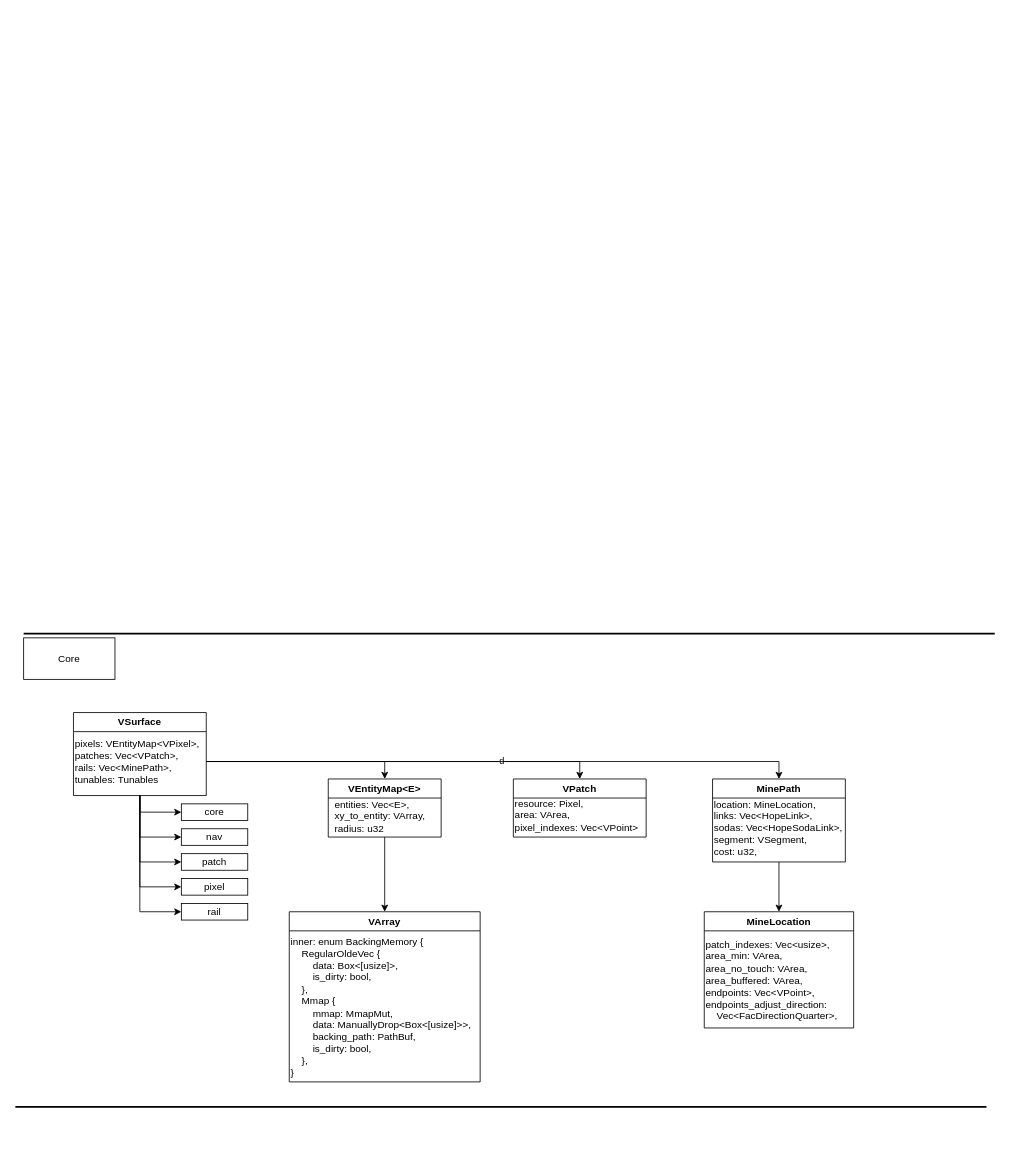
Above: facto-loop-miner.drawio in TheLQ/tako-diagrams (draw.io), before the change. Source tidied: cells renumbered, new cells numbered last; positions are measured from the earlier drawing's top-left corner, leaving out a move shared by most shapes. Both pictures are drawn from the tidied source at 83%, with x=0, y=0 at pixel (15, 629).
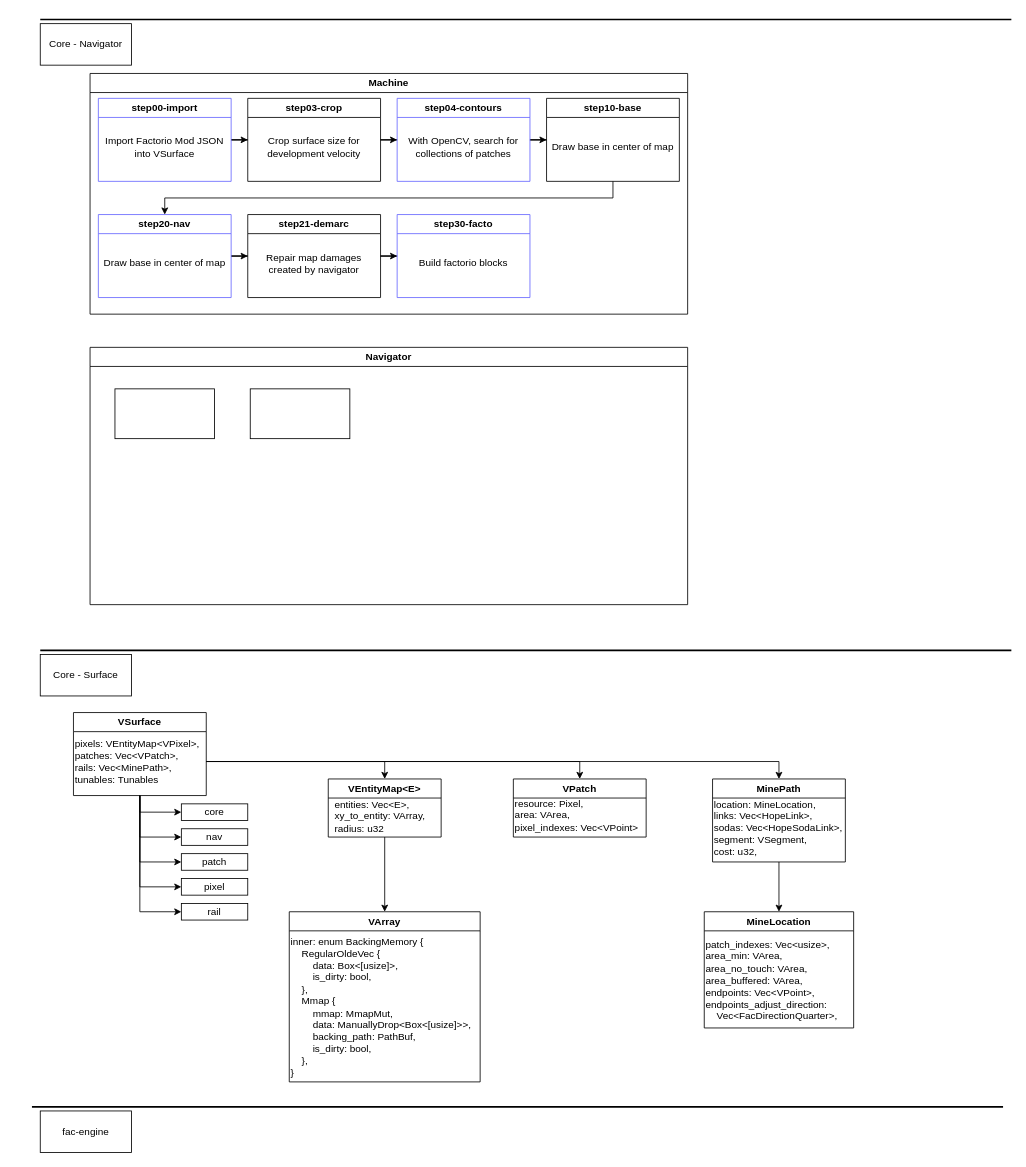
The same diagram, later.

Commit message:
nav: init

Unchanged cells that the change refers to:
```xml
<mxCell id="9" value="&lt;div&gt;pixels: VEntityMap&amp;lt;VPixel&amp;gt;,&lt;/div&gt;&lt;div&gt;patches: Vec&amp;lt;VPatch&amp;gt;,&lt;/div&gt;&lt;div&gt;rails: Vec&amp;lt;MinePath&amp;gt;,&lt;/div&gt;&lt;div&gt;tunables: Tunables&lt;/div&gt;" style="text;html=1;align=left;verticalAlign=middle;whiteSpace=wrap;rounded=0;" parent="8" vertex="1">
  <mxGeometry y="28" width="160" height="62" as="geometry" />
</mxCell>
<mxCell id="26" value="MinePath" style="swimlane;whiteSpace=wrap;html=1;" parent="1" vertex="1">
  <mxGeometry x="840" y="180" width="160" height="100" as="geometry" />
</mxCell>
```

Change to the diagram source:
```diff
@@
-    <mxCell id="7" value="d" style="edgeStyle=orthogonalEdgeStyle;rounded=0;jettySize=auto;html=1;entryX=0.5;entryY=0;entryDx=0;entryDy=0;exitX=1;exitY=0.5;exitDx=0;exitDy=0;" parent="1" edge="1" source="9" target="26">
+    <mxCell id="7" style="edgeStyle=orthogonalEdgeStyle;rounded=0;jettySize=auto;html=1;entryX=0.5;entryY=0;entryDx=0;entryDy=0;exitX=1;exitY=0.5;exitDx=0;exitDy=0;" parent="1" edge="1" source="9" target="26">
       <mxGeometry relative="1" as="geometry" />
     </mxCell>
@@
     <mxCell id="30" style="line;strokeWidth=2;html=1;" parent="1" vertex="1">
-      <mxGeometry x="10" width="1170" height="10" as="geometry" />
+      <mxGeometry x="30" y="20" width="1170" height="10" as="geometry" />
     </mxCell>
     <mxCell id="31" style="line;strokeWidth=2;html=1;" parent="1" vertex="1">
-      <mxGeometry y="570" width="1170" height="10" as="geometry" />
+      <mxGeometry x="20" y="570" width="1170" height="10" as="geometry" />
     </mxCell>
-    <mxCell id="32" value="Core" style="html=1;whiteSpace=wrap;" parent="1" vertex="1">
-      <mxGeometry x="10" y="10" width="110" height="50" as="geometry" />
+    <mxCell id="32" value="Core - Surface" style="html=1;whiteSpace=wrap;" parent="1" vertex="1">
+      <mxGeometry x="30" y="30" width="110" height="50" as="geometry" />
     </mxCell>
+    <mxCell id="33" value="fac-engine" style="html=1;whiteSpace=wrap;" parent="1" vertex="1">
+      <mxGeometry x="30" y="580" width="110" height="50" as="geometry" />
+    </mxCell>
+    <mxCell id="34" value="Core - Navigator" style="html=1;whiteSpace=wrap;" parent="1" vertex="1">
+      <mxGeometry x="30" y="-730" width="110" height="50" as="geometry" />
+    </mxCell>
+    <mxCell id="35" style="line;strokeWidth=2;html=1;" parent="1" vertex="1">
+      <mxGeometry x="30" y="-740" width="1170" height="10" as="geometry" />
+    </mxCell>
+    <mxCell id="36" value="Machine" style="swimlane;whiteSpace=wrap;html=1;" parent="1" vertex="1">
+      <mxGeometry x="90" y="-670" width="720" height="290" as="geometry" />
+    </mxCell>
+    <mxCell id="37" style="edgeStyle=orthogonalEdgeStyle;rounded=0;jettySize=auto;html=1;" parent="36" edge="1" source="38" target="41">
+      <mxGeometry relative="1" as="geometry" />
+    </mxCell>
+    <mxCell id="38" value="step00-import" style="swimlane;whiteSpace=wrap;html=1;strokeColor=#6666FF;" parent="36" vertex="1">
+      <mxGeometry x="10" y="30" width="160" height="100" as="geometry" />
+    </mxCell>
+    <mxCell id="39" value="Import Factorio Mod JSON into VSurface" style="text;html=1;align=center;verticalAlign=middle;whiteSpace=wrap;rounded=0;" parent="38" vertex="1">
+      <mxGeometry y="28" width="160" height="62" as="geometry" />
+    </mxCell>
+    <mxCell id="40" style="edgeStyle=orthogonalEdgeStyle;rounded=0;jettySize=auto;html=1;" parent="36" edge="1" source="41" target="44">
+      <mxGeometry relative="1" as="geometry" />
+    </mxCell>
+    <mxCell id="41" value="step03-crop" style="swimlane;whiteSpace=wrap;html=1;" parent="36" vertex="1">
+      <mxGeometry x="190" y="30" width="160" height="100" as="geometry" />
+    </mxCell>
+    <mxCell id="42" value="Crop surface size for development velocity" style="text;html=1;align=center;verticalAlign=middle;whiteSpace=wrap;rounded=0;" parent="41" vertex="1">
+      <mxGeometry y="28" width="160" height="62" as="geometry" />
+    </mxCell>
+    <mxCell id="43" style="edgeStyle=orthogonalEdgeStyle;rounded=0;jettySize=auto;html=1;" parent="36" edge="1" source="44" target="46">
+      <mxGeometry relative="1" as="geometry" />
+    </mxCell>
+    <mxCell id="44" value="step04-contours" style="swimlane;whiteSpace=wrap;html=1;strokeColor=#6666FF;" parent="36" vertex="1">
+      <mxGeometry x="370" y="30" width="160" height="100" as="geometry" />
+    </mxCell>
+    <mxCell id="45" value="With OpenCV, search for collections of patches" style="text;html=1;align=center;verticalAlign=middle;whiteSpace=wrap;rounded=0;" parent="44" vertex="1">
+      <mxGeometry y="28" width="160" height="62" as="geometry" />
+    </mxCell>
+    <mxCell id="46" value="step10-base" style="swimlane;whiteSpace=wrap;html=1;" parent="36" vertex="1">
+      <mxGeometry x="550" y="30" width="160" height="100" as="geometry" />
+    </mxCell>
+    <mxCell id="47" value="Draw base in center of map" style="text;html=1;align=center;verticalAlign=middle;whiteSpace=wrap;rounded=0;" parent="46" vertex="1">
+      <mxGeometry y="28" width="160" height="62" as="geometry" />
+    </mxCell>
+    <mxCell id="48" style="edgeStyle=orthogonalEdgeStyle;rounded=0;jettySize=auto;html=1;" parent="36" edge="1" source="49" target="53">
+      <mxGeometry relative="1" as="geometry" />
+    </mxCell>
+    <mxCell id="49" value="step20-nav" style="swimlane;whiteSpace=wrap;html=1;strokeColor=#6666FF;" parent="36" vertex="1">
+      <mxGeometry x="10" y="170" width="160" height="100" as="geometry" />
+    </mxCell>
+    <mxCell id="50" value="Draw base in center of map" style="text;html=1;align=center;verticalAlign=middle;whiteSpace=wrap;rounded=0;" parent="49" vertex="1">
+      <mxGeometry y="28" width="160" height="62" as="geometry" />
+    </mxCell>
+    <mxCell id="51" style="edgeStyle=orthogonalEdgeStyle;rounded=0;jettySize=auto;html=1;" parent="36" edge="1" source="46" target="49">
+      <mxGeometry relative="1" as="geometry">
+        <Array as="points">
+          <mxPoint x="630" y="150" />
+          <mxPoint x="90" y="150" />
+        </Array>
+      </mxGeometry>
+    </mxCell>
+    <mxCell id="52" style="edgeStyle=orthogonalEdgeStyle;rounded=0;jettySize=auto;html=1;" parent="36" edge="1" source="53" target="55">
+      <mxGeometry relative="1" as="geometry" />
+    </mxCell>
+    <mxCell id="53" value="step21-demarc" style="swimlane;whiteSpace=wrap;html=1;" parent="36" vertex="1">
+      <mxGeometry x="190" y="170" width="160" height="100" as="geometry" />
+    </mxCell>
+    <mxCell id="54" value="Repair map damages created by navigator" style="text;html=1;align=center;verticalAlign=middle;whiteSpace=wrap;rounded=0;" parent="53" vertex="1">
+      <mxGeometry y="28" width="160" height="62" as="geometry" />
+    </mxCell>
+    <mxCell id="55" value="step30-facto" style="swimlane;whiteSpace=wrap;html=1;strokeColor=#6666FF;" parent="36" vertex="1">
+      <mxGeometry x="370" y="170" width="160" height="100" as="geometry" />
+    </mxCell>
+    <mxCell id="56" value="Build factorio blocks" style="text;html=1;align=center;verticalAlign=middle;whiteSpace=wrap;rounded=0;" parent="55" vertex="1">
+      <mxGeometry y="28" width="160" height="62" as="geometry" />
+    </mxCell>
+    <mxCell id="57" value="Navigator" style="swimlane;whiteSpace=wrap;html=1;" parent="1" vertex="1">
+      <mxGeometry x="90" y="-340" width="720" height="310" as="geometry" />
+    </mxCell>
+    <mxCell id="58" style="rounded=0;whiteSpace=wrap;html=1;" parent="57" vertex="1">
+      <mxGeometry x="30" y="50" width="120" height="60" as="geometry" />
+    </mxCell>
+    <mxCell id="59" style="rounded=0;whiteSpace=wrap;html=1;" parent="57" vertex="1">
+      <mxGeometry x="193" y="50" width="120" height="60" as="geometry" />
+    </mxCell>
```
